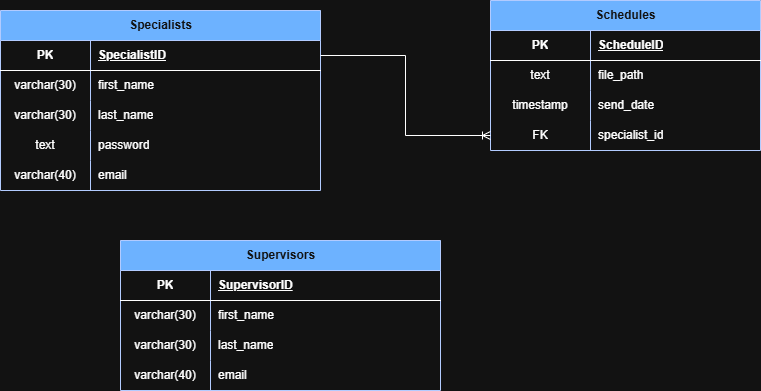
Above: assets/scheduleflowDB.png in darienmiller88/ScheduleFlow (draw.io), before the change. Source tidied: cells renumbered, new cells last; positions are measured from the earlier drawing's top-left corner, leaving out a move shared by most shapes. Its diagram source:
```xml
<mxGraphModel>
  <root>
    <mxCell id="0" />
    <mxCell id="1" parent="0" />
    <mxCell id="2" value="Specialists" style="shape=table;startSize=30;rowLines=0;fontStyle=1;align=center;html=1;fillColor=#0050ef;fontColor=#ffffff;strokeColor=#001DBC;" parent="1" vertex="1">
      <mxGeometry y="10" width="320" height="180" as="geometry" />
    </mxCell>
    <mxCell id="3" style="shape=tableRow;horizontal=0;startSize=0;swimlaneHead=0;swimlaneBody=0;fillColor=none;points=[[0,0.5],[1,0.5]];portConstraint=eastwest;top=0;left=0;right=0;bottom=1;" parent="2" vertex="1">
      <mxGeometry y="30" width="320" height="30" as="geometry" />
    </mxCell>
    <mxCell id="4" value="PK" style="shape=partialRectangle;fillColor=none;top=0;left=0;bottom=0;right=0;fontStyle=1;overflow=hidden;whiteSpace=wrap;html=1;" parent="3" vertex="1">
      <mxGeometry width="90" height="30" as="geometry" />
    </mxCell>
    <mxCell id="5" value="SpecialistID" style="shape=partialRectangle;fillColor=none;top=0;left=0;bottom=0;right=0;align=left;spacingLeft=6;fontStyle=5;overflow=hidden;whiteSpace=wrap;html=1;" parent="3" vertex="1">
      <mxGeometry x="90" width="230" height="30" as="geometry" />
    </mxCell>
    <mxCell id="6" style="shape=tableRow;horizontal=0;startSize=0;swimlaneHead=0;swimlaneBody=0;fillColor=none;top=0;left=0;right=0;bottom=0;" parent="2" vertex="1">
      <mxGeometry y="60" width="320" height="30" as="geometry" />
    </mxCell>
    <mxCell id="7" value="varchar(30)" style="shape=partialRectangle;fillColor=none;top=0;left=0;bottom=0;right=0;overflow=hidden;whiteSpace=wrap;html=1;" parent="6" vertex="1">
      <mxGeometry width="90" height="30" as="geometry" />
    </mxCell>
    <mxCell id="8" value="first_name" style="shape=partialRectangle;fillColor=none;top=0;left=0;bottom=0;right=0;align=left;spacingLeft=6;overflow=hidden;whiteSpace=wrap;html=1;" parent="6" vertex="1">
      <mxGeometry x="90" width="230" height="30" as="geometry" />
    </mxCell>
    <mxCell id="9" style="shape=tableRow;horizontal=0;startSize=0;swimlaneHead=0;swimlaneBody=0;fillColor=none;top=0;left=0;right=0;bottom=0;" parent="2" vertex="1">
      <mxGeometry y="90" width="320" height="30" as="geometry" />
    </mxCell>
    <mxCell id="10" value="varchar(30)" style="shape=partialRectangle;fillColor=none;top=0;left=0;bottom=0;right=0;overflow=hidden;whiteSpace=wrap;html=1;" parent="9" vertex="1">
      <mxGeometry width="90" height="30" as="geometry" />
    </mxCell>
    <mxCell id="11" value="last_name" style="shape=partialRectangle;fillColor=none;top=0;left=0;bottom=0;right=0;align=left;spacingLeft=6;overflow=hidden;whiteSpace=wrap;html=1;" parent="9" vertex="1">
      <mxGeometry x="90" width="230" height="30" as="geometry" />
    </mxCell>
    <mxCell id="12" style="shape=tableRow;horizontal=0;startSize=0;swimlaneHead=0;swimlaneBody=0;fillColor=none;top=0;left=0;right=0;bottom=0;" parent="2" vertex="1">
      <mxGeometry y="120" width="320" height="30" as="geometry" />
    </mxCell>
    <mxCell id="13" value="text" style="shape=partialRectangle;fillColor=none;top=0;left=0;bottom=0;right=0;overflow=hidden;whiteSpace=wrap;html=1;" parent="12" vertex="1">
      <mxGeometry width="90" height="30" as="geometry" />
    </mxCell>
    <mxCell id="14" value="password" style="shape=partialRectangle;fillColor=none;top=0;left=0;bottom=0;right=0;align=left;spacingLeft=6;overflow=hidden;whiteSpace=wrap;html=1;" parent="12" vertex="1">
      <mxGeometry x="90" width="230" height="30" as="geometry" />
    </mxCell>
    <mxCell id="15" style="shape=tableRow;horizontal=0;startSize=0;swimlaneHead=0;swimlaneBody=0;fillColor=none;top=0;left=0;right=0;bottom=0;" parent="2" vertex="1">
      <mxGeometry y="150" width="320" height="30" as="geometry" />
    </mxCell>
    <mxCell id="16" value="varchar(40)" style="shape=partialRectangle;fillColor=none;top=0;left=0;bottom=0;right=0;overflow=hidden;whiteSpace=wrap;html=1;" parent="15" vertex="1">
      <mxGeometry width="90" height="30" as="geometry" />
    </mxCell>
    <mxCell id="17" value="email" style="shape=partialRectangle;fillColor=none;top=0;left=0;bottom=0;right=0;align=left;spacingLeft=6;overflow=hidden;whiteSpace=wrap;html=1;" parent="15" vertex="1">
      <mxGeometry x="90" width="230" height="30" as="geometry" />
    </mxCell>
    <mxCell id="18" value="Schedules" style="shape=table;startSize=30;rowLines=0;fontStyle=1;align=center;html=1;fillColor=#0050ef;fontColor=#ffffff;strokeColor=#001DBC;" parent="1" vertex="1">
      <mxGeometry x="490" width="270" height="150" as="geometry" />
    </mxCell>
    <mxCell id="19" style="shape=tableRow;horizontal=0;startSize=0;swimlaneHead=0;swimlaneBody=0;fillColor=none;top=0;left=0;right=0;bottom=1;" parent="18" vertex="1">
      <mxGeometry y="30" width="270" height="30" as="geometry" />
    </mxCell>
    <mxCell id="20" value="PK" style="shape=partialRectangle;fillColor=none;top=0;left=0;bottom=0;right=0;fontStyle=1;overflow=hidden;whiteSpace=wrap;html=1;" parent="19" vertex="1">
      <mxGeometry width="100" height="30" as="geometry" />
    </mxCell>
    <mxCell id="21" value="ScheduleID" style="shape=partialRectangle;fillColor=none;top=0;left=0;bottom=0;right=0;align=left;spacingLeft=6;fontStyle=5;overflow=hidden;whiteSpace=wrap;html=1;" parent="19" vertex="1">
      <mxGeometry x="100" width="170" height="30" as="geometry" />
    </mxCell>
    <mxCell id="22" style="shape=tableRow;horizontal=0;startSize=0;swimlaneHead=0;swimlaneBody=0;fillColor=none;top=0;left=0;right=0;bottom=0;" parent="18" vertex="1">
      <mxGeometry y="60" width="270" height="30" as="geometry" />
    </mxCell>
    <mxCell id="23" value="text" style="shape=partialRectangle;fillColor=none;top=0;left=0;bottom=0;right=0;overflow=hidden;whiteSpace=wrap;html=1;" parent="22" vertex="1">
      <mxGeometry width="100" height="30" as="geometry" />
    </mxCell>
    <mxCell id="24" value="file_path" style="shape=partialRectangle;fillColor=none;top=0;left=0;bottom=0;right=0;align=left;spacingLeft=6;overflow=hidden;whiteSpace=wrap;html=1;" parent="22" vertex="1">
      <mxGeometry x="100" width="170" height="30" as="geometry" />
    </mxCell>
    <mxCell id="25" style="shape=tableRow;horizontal=0;startSize=0;swimlaneHead=0;swimlaneBody=0;fillColor=none;top=0;left=0;right=0;bottom=0;" parent="18" vertex="1">
      <mxGeometry y="90" width="270" height="30" as="geometry" />
    </mxCell>
    <mxCell id="26" value="timestamp" style="shape=partialRectangle;fillColor=none;top=0;left=0;bottom=0;right=0;overflow=hidden;whiteSpace=wrap;html=1;" parent="25" vertex="1">
      <mxGeometry width="100" height="30" as="geometry" />
    </mxCell>
    <mxCell id="27" value="send_date" style="shape=partialRectangle;fillColor=none;top=0;left=0;bottom=0;right=0;align=left;spacingLeft=6;overflow=hidden;whiteSpace=wrap;html=1;" parent="25" vertex="1">
      <mxGeometry x="100" width="170" height="30" as="geometry" />
    </mxCell>
    <mxCell id="28" style="shape=tableRow;horizontal=0;startSize=0;swimlaneHead=0;swimlaneBody=0;fillColor=none;points=[[0,0.5],[1,0.5]];portConstraint=eastwest;top=0;left=0;right=0;bottom=0;" parent="18" vertex="1">
      <mxGeometry y="120" width="270" height="30" as="geometry" />
    </mxCell>
    <mxCell id="29" value="FK" style="shape=partialRectangle;fillColor=none;top=0;left=0;bottom=0;right=0;overflow=hidden;whiteSpace=wrap;html=1;" parent="28" vertex="1">
      <mxGeometry width="100" height="30" as="geometry" />
    </mxCell>
    <mxCell id="30" value="specialist_id" style="shape=partialRectangle;fillColor=none;top=0;left=0;bottom=0;right=0;align=left;spacingLeft=6;overflow=hidden;whiteSpace=wrap;html=1;" parent="28" vertex="1">
      <mxGeometry x="100" width="170" height="30" as="geometry" />
    </mxCell>
    <mxCell id="31" value="Supervisors" style="shape=table;startSize=30;rowLines=0;fontStyle=1;align=center;html=1;fillColor=#0050ef;fontColor=#ffffff;strokeColor=#001DBC;" parent="1" vertex="1">
      <mxGeometry x="120" y="240" width="320" height="150" as="geometry" />
    </mxCell>
    <mxCell id="32" style="shape=tableRow;horizontal=0;startSize=0;swimlaneHead=0;swimlaneBody=0;fillColor=none;top=0;left=0;right=0;bottom=1;" parent="31" vertex="1">
      <mxGeometry y="30" width="320" height="30" as="geometry" />
    </mxCell>
    <mxCell id="33" value="PK" style="shape=partialRectangle;fillColor=none;top=0;left=0;bottom=0;right=0;fontStyle=1;overflow=hidden;whiteSpace=wrap;html=1;" parent="32" vertex="1">
      <mxGeometry width="90" height="30" as="geometry" />
    </mxCell>
    <mxCell id="34" value="SupervisorID" style="shape=partialRectangle;fillColor=none;top=0;left=0;bottom=0;right=0;align=left;spacingLeft=6;fontStyle=5;overflow=hidden;whiteSpace=wrap;html=1;" parent="32" vertex="1">
      <mxGeometry x="90" width="230" height="30" as="geometry" />
    </mxCell>
    <mxCell id="35" style="shape=tableRow;horizontal=0;startSize=0;swimlaneHead=0;swimlaneBody=0;fillColor=none;top=0;left=0;right=0;bottom=0;" parent="31" vertex="1">
      <mxGeometry y="60" width="320" height="30" as="geometry" />
    </mxCell>
    <mxCell id="36" value="varchar(30)" style="shape=partialRectangle;fillColor=none;top=0;left=0;bottom=0;right=0;overflow=hidden;whiteSpace=wrap;html=1;" parent="35" vertex="1">
      <mxGeometry width="90" height="30" as="geometry" />
    </mxCell>
    <mxCell id="37" value="first_name" style="shape=partialRectangle;fillColor=none;top=0;left=0;bottom=0;right=0;align=left;spacingLeft=6;overflow=hidden;whiteSpace=wrap;html=1;" parent="35" vertex="1">
      <mxGeometry x="90" width="230" height="30" as="geometry" />
    </mxCell>
    <mxCell id="38" style="shape=tableRow;horizontal=0;startSize=0;swimlaneHead=0;swimlaneBody=0;fillColor=none;top=0;left=0;right=0;bottom=0;" parent="31" vertex="1">
      <mxGeometry y="90" width="320" height="30" as="geometry" />
    </mxCell>
    <mxCell id="39" value="varchar(30)" style="shape=partialRectangle;fillColor=none;top=0;left=0;bottom=0;right=0;overflow=hidden;whiteSpace=wrap;html=1;" parent="38" vertex="1">
      <mxGeometry width="90" height="30" as="geometry" />
    </mxCell>
    <mxCell id="40" value="last_name" style="shape=partialRectangle;fillColor=none;top=0;left=0;bottom=0;right=0;align=left;spacingLeft=6;overflow=hidden;whiteSpace=wrap;html=1;" parent="38" vertex="1">
      <mxGeometry x="90" width="230" height="30" as="geometry" />
    </mxCell>
    <mxCell id="41" style="shape=tableRow;horizontal=0;startSize=0;swimlaneHead=0;swimlaneBody=0;fillColor=none;top=0;left=0;right=0;bottom=0;" parent="31" vertex="1">
      <mxGeometry y="120" width="320" height="30" as="geometry" />
    </mxCell>
    <mxCell id="42" value="varchar(40)" style="shape=partialRectangle;fillColor=none;top=0;left=0;bottom=0;right=0;overflow=hidden;whiteSpace=wrap;html=1;" parent="41" vertex="1">
      <mxGeometry width="90" height="30" as="geometry" />
    </mxCell>
    <mxCell id="43" value="email" style="shape=partialRectangle;fillColor=none;top=0;left=0;bottom=0;right=0;align=left;spacingLeft=6;overflow=hidden;whiteSpace=wrap;html=1;" parent="41" vertex="1">
      <mxGeometry x="90" width="230" height="30" as="geometry" />
    </mxCell>
    <mxCell id="44" style="edgeStyle=orthogonalEdgeStyle;rounded=0;jettySize=auto;html=1;exitX=0;exitY=0.5;exitDx=0;exitDy=0;entryX=1;entryY=0.5;entryDx=0;entryDy=0;endArrow=none;endFill=0;startArrow=ERoneToMany;startFill=0;" parent="1" edge="1" source="28" target="3">
      <mxGeometry relative="1" as="geometry" />
    </mxCell>
  </root>
</mxGraphModel>
```
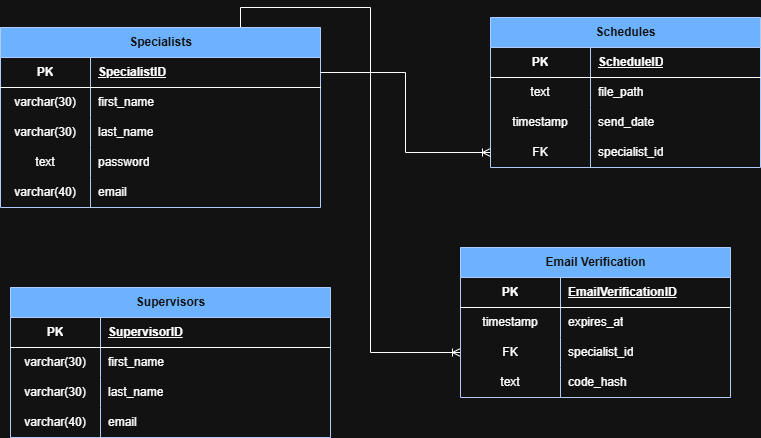
Above is the later version.

Change to the diagram source:
```diff
@@ -2,6 +2,15 @@
   <root>
     <mxCell id="0" />
     <mxCell id="1" parent="0" />
+    <mxCell id="45" style="edgeStyle=orthogonalEdgeStyle;rounded=0;jettySize=auto;html=1;exitX=0.75;exitY=0;exitDx=0;exitDy=0;entryX=0;entryY=0.5;entryDx=0;entryDy=0;endArrow=ERoneToMany;endFill=0;" parent="1" edge="1" source="2" target="53">
+      <mxGeometry relative="1" as="geometry">
+        <Array as="points">
+          <mxPoint x="240" y="-10" />
+          <mxPoint x="370" y="-10" />
+          <mxPoint x="370" y="335" />
+        </Array>
+      </mxGeometry>
+    </mxCell>
     <mxCell id="2" value="Specialists" style="shape=table;startSize=30;rowLines=0;fontStyle=1;align=center;html=1;fillColor=#0050ef;fontColor=#ffffff;strokeColor=#001DBC;" parent="1" vertex="1">
       <mxGeometry y="10" width="320" height="180" as="geometry" />
     </mxCell>
@@ -90,7 +99,7 @@
       <mxGeometry x="100" width="170" height="30" as="geometry" />
     </mxCell>
     <mxCell id="31" value="Supervisors" style="shape=table;startSize=30;rowLines=0;fontStyle=1;align=center;html=1;fillColor=#0050ef;fontColor=#ffffff;strokeColor=#001DBC;" parent="1" vertex="1">
-      <mxGeometry x="120" y="240" width="320" height="150" as="geometry" />
+      <mxGeometry x="10" y="270" width="320" height="150" as="geometry" />
     </mxCell>
     <mxCell id="32" style="shape=tableRow;horizontal=0;startSize=0;swimlaneHead=0;swimlaneBody=0;fillColor=none;top=0;left=0;right=0;bottom=1;" parent="31" vertex="1">
       <mxGeometry y="30" width="320" height="30" as="geometry" />
@@ -131,5 +140,44 @@
     <mxCell id="44" style="edgeStyle=orthogonalEdgeStyle;rounded=0;jettySize=auto;html=1;exitX=0;exitY=0.5;exitDx=0;exitDy=0;entryX=1;entryY=0.5;entryDx=0;entryDy=0;endArrow=none;endFill=0;startArrow=ERoneToMany;startFill=0;" parent="1" edge="1" source="28" target="3">
       <mxGeometry relative="1" as="geometry" />
     </mxCell>
+    <mxCell id="46" value="Email Verification" style="shape=table;startSize=30;rowLines=0;fontStyle=1;align=center;html=1;fillColor=#0050ef;fontColor=#ffffff;strokeColor=#001DBC;" parent="1" vertex="1">
+      <mxGeometry x="460" y="230" width="270" height="150" as="geometry" />
+    </mxCell>
+    <mxCell id="47" style="shape=tableRow;horizontal=0;startSize=0;swimlaneHead=0;swimlaneBody=0;fillColor=none;top=0;left=0;right=0;bottom=1;" parent="46" vertex="1">
+      <mxGeometry y="30" width="270" height="30" as="geometry" />
+    </mxCell>
+    <mxCell id="48" value="PK" style="shape=partialRectangle;fillColor=none;top=0;left=0;bottom=0;right=0;fontStyle=1;overflow=hidden;whiteSpace=wrap;html=1;" parent="47" vertex="1">
+      <mxGeometry width="100" height="30" as="geometry" />
+    </mxCell>
+    <mxCell id="49" value="EmailVerificationID" style="shape=partialRectangle;fillColor=none;top=0;left=0;bottom=0;right=0;align=left;spacingLeft=6;fontStyle=5;overflow=hidden;whiteSpace=wrap;html=1;" parent="47" vertex="1">
+      <mxGeometry x="100" width="170" height="30" as="geometry" />
+    </mxCell>
+    <mxCell id="50" style="shape=tableRow;horizontal=0;startSize=0;swimlaneHead=0;swimlaneBody=0;fillColor=none;top=0;left=0;right=0;bottom=0;" parent="46" vertex="1">
+      <mxGeometry y="60" width="270" height="30" as="geometry" />
+    </mxCell>
+    <mxCell id="51" value="timestamp" style="shape=partialRectangle;fillColor=none;top=0;left=0;bottom=0;right=0;overflow=hidden;whiteSpace=wrap;html=1;" parent="50" vertex="1">
+      <mxGeometry width="100" height="30" as="geometry" />
+    </mxCell>
+    <mxCell id="52" value="expires_at" style="shape=partialRectangle;fillColor=none;top=0;left=0;bottom=0;right=0;align=left;spacingLeft=6;overflow=hidden;whiteSpace=wrap;html=1;" parent="50" vertex="1">
+      <mxGeometry x="100" width="170" height="30" as="geometry" />
+    </mxCell>
+    <mxCell id="53" style="shape=tableRow;horizontal=0;startSize=0;swimlaneHead=0;swimlaneBody=0;fillColor=none;points=[[0,0.5],[1,0.5]];portConstraint=eastwest;top=0;left=0;right=0;bottom=0;" parent="46" vertex="1">
+      <mxGeometry y="90" width="270" height="30" as="geometry" />
+    </mxCell>
+    <mxCell id="54" value="FK" style="shape=partialRectangle;fillColor=none;top=0;left=0;bottom=0;right=0;overflow=hidden;whiteSpace=wrap;html=1;" parent="53" vertex="1">
+      <mxGeometry width="100" height="30" as="geometry" />
+    </mxCell>
+    <mxCell id="55" value="specialist_id" style="shape=partialRectangle;fillColor=none;top=0;left=0;bottom=0;right=0;align=left;spacingLeft=6;overflow=hidden;whiteSpace=wrap;html=1;" parent="53" vertex="1">
+      <mxGeometry x="100" width="170" height="30" as="geometry" />
+    </mxCell>
+    <mxCell id="56" style="shape=tableRow;horizontal=0;startSize=0;swimlaneHead=0;swimlaneBody=0;fillColor=none;top=0;left=0;right=0;bottom=0;" parent="46" vertex="1">
+      <mxGeometry y="120" width="270" height="30" as="geometry" />
+    </mxCell>
+    <mxCell id="57" value="text" style="shape=partialRectangle;fillColor=none;top=0;left=0;bottom=0;right=0;overflow=hidden;whiteSpace=wrap;html=1;" parent="56" vertex="1">
+      <mxGeometry width="100" height="30" as="geometry" />
+    </mxCell>
+    <mxCell id="58" value="code_hash" style="shape=partialRectangle;fillColor=none;top=0;left=0;bottom=0;right=0;align=left;spacingLeft=6;overflow=hidden;whiteSpace=wrap;html=1;" parent="56" vertex="1">
+      <mxGeometry x="100" width="170" height="30" as="geometry" />
+    </mxCell>
   </root>
 </mxGraphModel>
```
